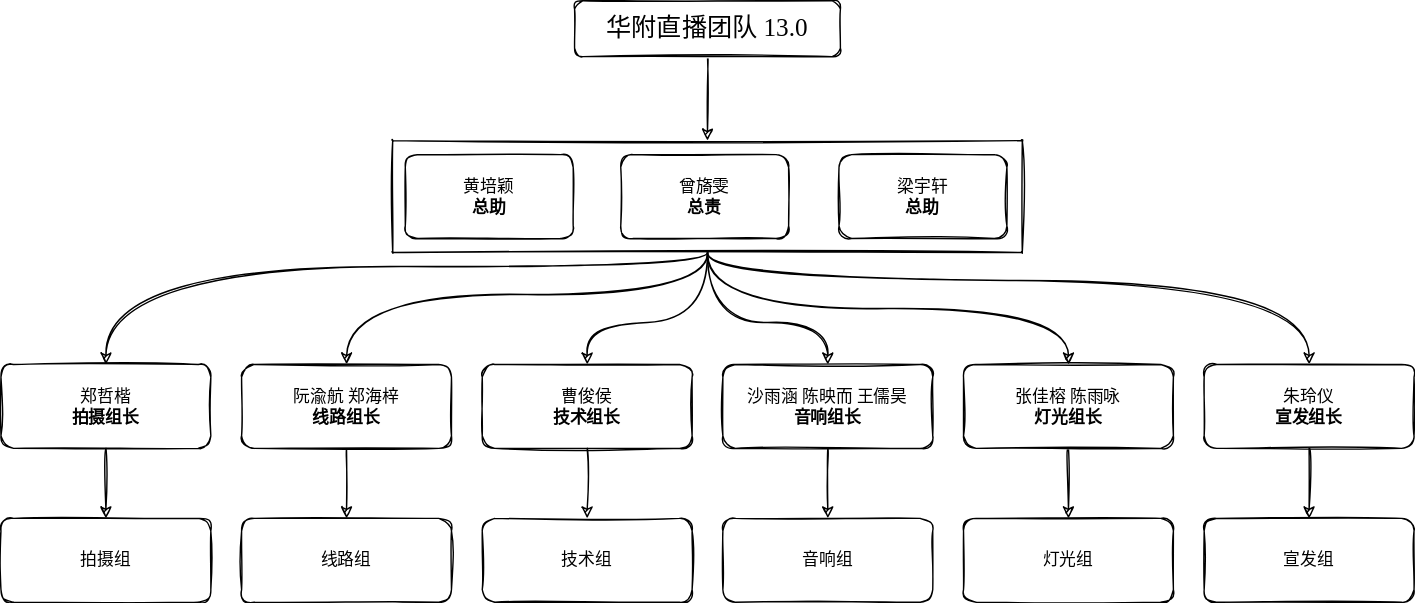
Before: diagrams/人员组织架构.svg, a diagram exported from draw.io (xiaoxuan010/HFLive-Technical-Document-2021). Source tidied: cells renumbered, new cells last; positions are measured from the earlier drawing's top-left corner, leaving out a move shared by most shapes.
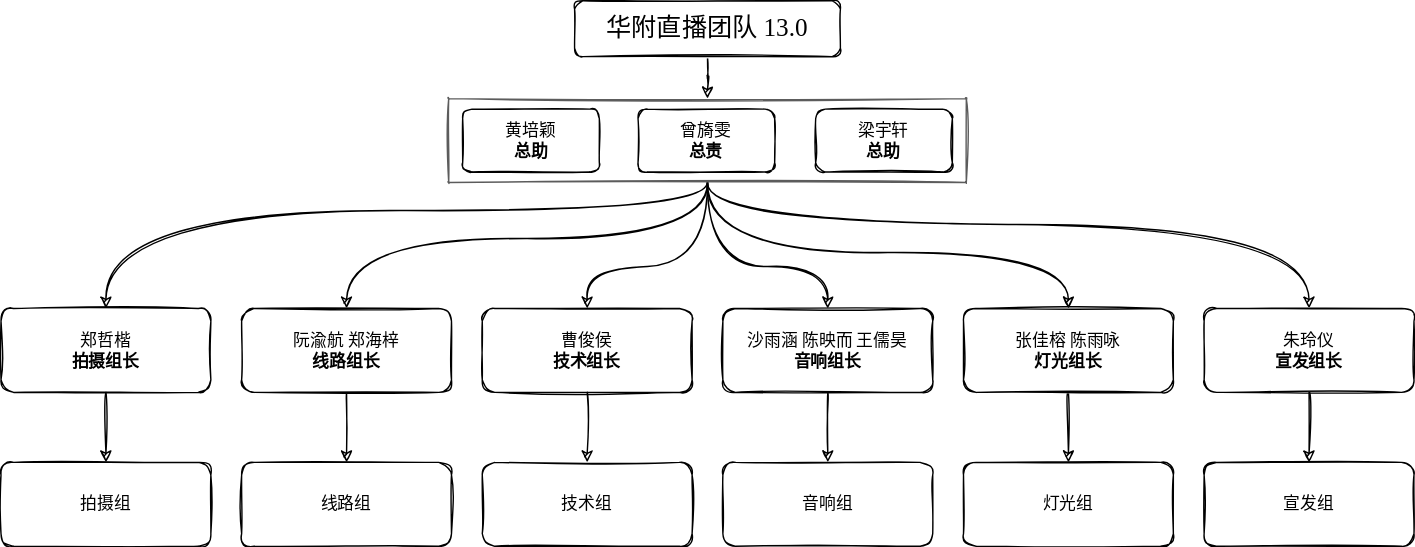
After the commit.

Commit message:
Update 人员组织架构.svg

What changed in the source:
```diff
@@ -50,20 +50,20 @@
         </Array>
       </mxGeometry>
     </mxCell>
-    <mxCell id="8" style="swimlane;startSize=0;fontFamily=思源宋体;fontStyle=0;sketch=1;rounded=1;" parent="1" vertex="1">
-      <mxGeometry x="280" y="100" width="450" height="80" as="geometry" />
+    <mxCell id="8" style="swimlane;startSize=0;fontFamily=思源宋体;fontStyle=0;sketch=1;rounded=1;arcSize=20;fillColor=default;shadow=0;glass=0;strokeColor=#5C5C5C;" parent="1" vertex="1">
+      <mxGeometry x="320" y="110" width="370" height="60" as="geometry" />
     </mxCell>
     <mxCell id="9" style="group;fontFamily=思源宋体;fontStyle=0;strokeColor=none;sketch=1;rounded=1;" parent="8" vertex="1">
-      <mxGeometry x="9" y="10" width="430" height="60" as="geometry" />
+      <mxGeometry x="10" y="7.5" width="350" height="45" as="geometry" />
     </mxCell>
     <mxCell id="10" value="曾旖雯&lt;br&gt;&lt;span&gt;&lt;b&gt;总责&lt;/b&gt;&lt;/span&gt;" style="whiteSpace=wrap;html=1;fontFamily=思源宋体;fontStyle=0;sketch=1;rounded=1;" parent="9" vertex="1">
-      <mxGeometry x="154" width="120" height="60" as="geometry" />
+      <mxGeometry x="125.3" width="97.7" height="45" as="geometry" />
     </mxCell>
     <mxCell id="11" value="梁宇轩&lt;br&gt;&lt;span&gt;&lt;b&gt;总助&lt;/b&gt;&lt;/span&gt;" style="whiteSpace=wrap;html=1;fontFamily=思源宋体;fontStyle=0;sketch=1;rounded=1;" parent="9" vertex="1">
-      <mxGeometry x="310" width="120" height="60" as="geometry" />
+      <mxGeometry x="252.3" width="97.7" height="45" as="geometry" />
     </mxCell>
     <mxCell id="12" value="黄培颖&lt;br&gt;&lt;span&gt;&lt;b&gt;总助&lt;/b&gt;&lt;/span&gt;" style="whiteSpace=wrap;html=1;fontFamily=思源宋体;fontStyle=0;sketch=1;rounded=1;" parent="9" vertex="1">
-      <mxGeometry width="120" height="60" as="geometry" />
+      <mxGeometry width="97.7" height="45" as="geometry" />
     </mxCell>
     <mxCell id="13" style="edgeStyle=orthogonalEdgeStyle;jettySize=auto;html=1;fontFamily=思源宋体;fontStyle=0;sketch=1;curved=1;" parent="1" edge="1" source="14" target="25">
       <mxGeometry relative="1" as="geometry" />
@@ -123,7 +123,7 @@
       <mxGeometry relative="1" as="geometry" />
     </mxCell>
     <mxCell id="32" value="&lt;font style=&quot;font-size: 18px&quot;&gt;华附直播团队 13.0&lt;/font&gt;" style="whiteSpace=wrap;html=1;fontFamily=思源宋体;fontStyle=0;sketch=1;rounded=1;" parent="1" vertex="1">
-      <mxGeometry x="410" width="190" height="40" as="geometry" />
+      <mxGeometry x="410" y="40" width="190" height="40" as="geometry" />
     </mxCell>
   </root>
 </mxGraphModel>
```
